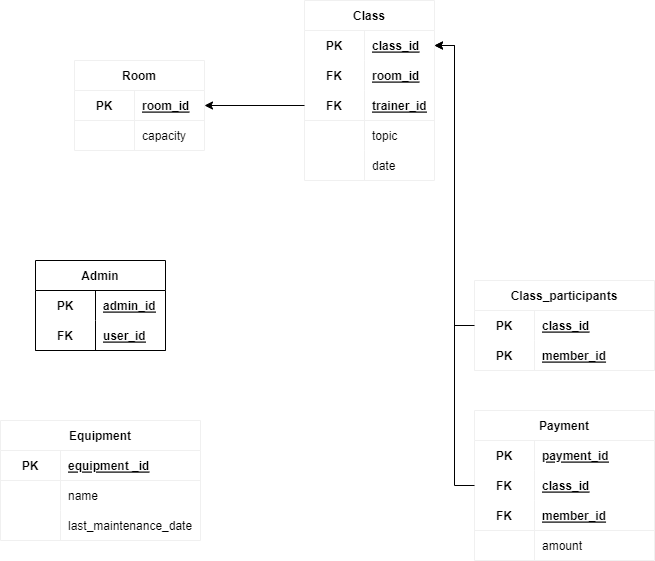
This is diagrams/er-model.png from ArthurAtangana/club-management-system, a draw.io export, as it was before one commit. Source tidied: cells renumbered, new cells last; positions are measured from the earlier drawing's top-left corner, leaving out a move shared by most shapes.
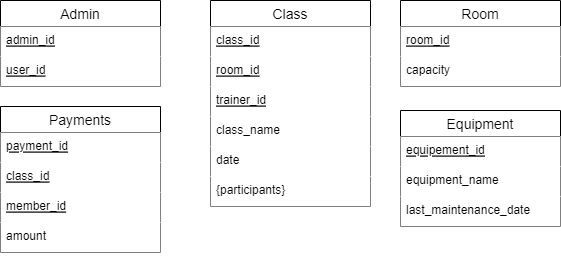
Above is the later version.

Commit message:
fixup! init er-model diagram

Change to the diagram source:
```diff
@@ -2,194 +2,71 @@
   <root>
     <mxCell id="0" />
     <mxCell id="1" parent="0" />
+    <mxCell id="9" value="Room" style="swimlane;fontStyle=0;horizontal=1;startSize=26;align=center;fontSize=14;fillColor=default;" parent="1" vertex="1">
+      <mxGeometry x="500" y="220" width="160" height="86" as="geometry" />
+    </mxCell>
+    <mxCell id="65" value="room_id" style="text;strokeColor=none;fillColor=default;spacingLeft=4;spacingRight=4;overflow=hidden;fontSize=12;fontStyle=4;" parent="9" vertex="1">
+      <mxGeometry y="26" width="160" height="30" as="geometry" />
+    </mxCell>
+    <mxCell id="15" value="capacity" style="text;strokeColor=none;fillColor=default;spacingLeft=4;spacingRight=4;overflow=hidden;fontSize=12;" parent="9" vertex="1">
+      <mxGeometry y="56" width="160" height="30" as="geometry" />
+    </mxCell>
-    <mxCell id="2" value="Admin" style="shape=table;startSize=30;rowLines=0;fontStyle=1;align=center;" parent="1" vertex="1">
-      <mxGeometry x="35" y="260" width="130" height="90" as="geometry" />
+    <mxCell id="2" value="Admin" style="swimlane;fontStyle=0;horizontal=1;startSize=26;align=center;fontSize=14;fillColor=default;" parent="1" vertex="1">
+      <mxGeometry x="100" y="220" width="160" height="86" as="geometry" />
     </mxCell>
-    <mxCell id="3" style="shape=tableRow;horizontal=0;startSize=0;swimlaneHead=0;swimlaneBody=0;fillColor=none;top=0;left=0;right=0;bottom=0;" parent="2" vertex="1">
-      <mxGeometry y="30" width="130" height="30" as="geometry" />
-    </mxCell>
-    <mxCell id="4" value="PK" style="shape=partialRectangle;fillColor=none;top=0;left=0;bottom=0;right=0;fontStyle=1;overflow=hidden;" parent="3" vertex="1">
-      <mxGeometry width="60" height="30" as="geometry" />
-    </mxCell>
-    <mxCell id="5" value="admin_id" style="shape=partialRectangle;fillColor=none;top=0;left=0;bottom=0;right=0;align=left;spacingLeft=6;fontStyle=5;overflow=hidden;" parent="3" vertex="1">
-      <mxGeometry x="60" width="70" height="30" as="geometry" />
+    <mxCell id="5" value="admin_id" style="text;strokeColor=none;fillColor=default;spacingLeft=4;spacingRight=4;overflow=hidden;fontSize=12;fontStyle=4;" parent="2" vertex="1">
+      <mxGeometry y="26" width="160" height="30" as="geometry" />
     </mxCell>
-    <mxCell id="6" style="shape=tableRow;horizontal=0;startSize=0;swimlaneHead=0;swimlaneBody=0;fillColor=none;top=0;left=0;right=0;bottom=1;" parent="2" vertex="1">
-      <mxGeometry y="60" width="130" height="30" as="geometry" />
-    </mxCell>
-    <mxCell id="7" value="FK" style="shape=partialRectangle;fillColor=none;top=0;left=0;bottom=0;right=0;fontStyle=1;overflow=hidden;" parent="6" vertex="1">
-      <mxGeometry width="60" height="30" as="geometry" />
-    </mxCell>
-    <mxCell id="8" value="user_id" style="shape=partialRectangle;fillColor=none;top=0;left=0;bottom=0;right=0;align=left;spacingLeft=6;fontStyle=5;overflow=hidden;" parent="6" vertex="1">
-      <mxGeometry x="60" width="70" height="30" as="geometry" />
+    <mxCell id="8" value="user_id" style="text;strokeColor=none;fillColor=default;spacingLeft=4;spacingRight=4;overflow=hidden;fontSize=12;fontStyle=4;" parent="2" vertex="1">
+      <mxGeometry y="56" width="160" height="30" as="geometry" />
     </mxCell>
-    <mxCell id="9" value="Room" style="shape=table;startSize=30;rowLines=0;fontStyle=1;align=center;strokeColor=#F0F0F0;fillColor=none;" parent="1" vertex="1">
-      <mxGeometry x="74" y="60" width="130" height="90" as="geometry" />
-    </mxCell>
-    <mxCell id="10" style="shape=tableRow;horizontal=0;startSize=0;swimlaneHead=0;swimlaneBody=0;fillColor=none;points=[[0,0.5],[1,0.5]];portConstraint=eastwest;top=0;left=0;right=0;bottom=1;strokeColor=#F0F0F0;" parent="9" vertex="1">
-      <mxGeometry y="30" width="130" height="30" as="geometry" />
-    </mxCell>
-    <mxCell id="11" value="PK" style="shape=partialRectangle;fillColor=none;top=0;left=0;bottom=0;right=0;fontStyle=1;overflow=hidden;strokeColor=#F0F0F0;" parent="10" vertex="1">
-      <mxGeometry width="60" height="30" as="geometry" />
-    </mxCell>
-    <mxCell id="12" value="room_id" style="shape=partialRectangle;fillColor=none;top=0;left=0;bottom=0;right=0;align=left;spacingLeft=6;fontStyle=5;overflow=hidden;strokeColor=#F0F0F0;" parent="10" vertex="1">
-      <mxGeometry x="60" width="70" height="30" as="geometry" />
-    </mxCell>
-    <mxCell id="13" style="shape=tableRow;horizontal=0;startSize=0;swimlaneHead=0;swimlaneBody=0;fillColor=none;top=0;left=0;right=0;bottom=0;strokeColor=#F0F0F0;" parent="9" vertex="1">
-      <mxGeometry y="60" width="130" height="30" as="geometry" />
-    </mxCell>
-    <mxCell id="14" style="shape=partialRectangle;fillColor=none;top=0;left=0;bottom=0;right=0;overflow=hidden;strokeColor=#F0F0F0;" parent="13" vertex="1">
-      <mxGeometry width="60" height="30" as="geometry" />
-    </mxCell>
-    <mxCell id="15" value="capacity" style="shape=partialRectangle;fillColor=none;top=0;left=0;bottom=0;right=0;align=left;spacingLeft=6;overflow=hidden;strokeColor=#F0F0F0;" parent="13" vertex="1">
-      <mxGeometry x="60" width="70" height="30" as="geometry" />
-    </mxCell>
+    <mxCell id="66" value="Payments" style="swimlane;fontStyle=0;horizontal=1;startSize=26;align=center;fontSize=14;fillColor=default;" parent="1" vertex="1">
+      <mxGeometry x="100" y="326" width="160" height="146" as="geometry" />
+    </mxCell>
+    <mxCell id="54" value="payment_id" style="text;strokeColor=none;fillColor=default;spacingLeft=4;spacingRight=4;overflow=hidden;fontSize=12;fontStyle=4;" parent="66" vertex="1">
+      <mxGeometry y="26" width="160" height="30" as="geometry" />
+    </mxCell>
+    <mxCell id="67" value="class_id" style="text;strokeColor=none;fillColor=default;spacingLeft=4;spacingRight=4;overflow=hidden;fontSize=12;fontStyle=4;" parent="66" vertex="1">
+      <mxGeometry y="56" width="160" height="30" as="geometry" />
+    </mxCell>
+    <mxCell id="68" value="member_id" style="text;strokeColor=none;fillColor=default;spacingLeft=4;spacingRight=4;overflow=hidden;fontSize=12;fontStyle=4;" parent="66" vertex="1">
+      <mxGeometry y="86" width="160" height="30" as="geometry" />
+    </mxCell>
+    <mxCell id="63" value="amount" style="text;strokeColor=none;fillColor=default;spacingLeft=4;spacingRight=4;overflow=hidden;fontSize=12;" parent="66" vertex="1">
+      <mxGeometry y="116" width="160" height="30" as="geometry" />
+    </mxCell>
+    <mxCell id="26" value="Class" style="swimlane;fontStyle=0;horizontal=1;startSize=26;align=center;fontSize=14;fillColor=default;" parent="1" vertex="1">
+      <mxGeometry x="310" y="220" width="160" height="206" as="geometry" />
+    </mxCell>
+    <mxCell id="69" value="class_id" style="text;strokeColor=none;fillColor=default;spacingLeft=4;spacingRight=4;overflow=hidden;fontSize=12;fontStyle=4;" parent="26" vertex="1">
+      <mxGeometry y="26" width="160" height="30" as="geometry" />
+    </mxCell>
+    <mxCell id="70" value="room_id" style="text;strokeColor=none;fillColor=default;spacingLeft=4;spacingRight=4;overflow=hidden;fontSize=12;fontStyle=4;" parent="26" vertex="1">
+      <mxGeometry y="56" width="160" height="30" as="geometry" />
+    </mxCell>
+    <mxCell id="35" value="trainer_id" style="text;strokeColor=none;fillColor=default;spacingLeft=4;spacingRight=4;overflow=hidden;fontSize=12;fontStyle=4;" parent="26" vertex="1">
+      <mxGeometry y="86" width="160" height="30" as="geometry" />
+    </mxCell>
+    <mxCell id="71" value="class_name" style="text;strokeColor=none;fillColor=default;spacingLeft=4;spacingRight=4;overflow=hidden;fontSize=12;" parent="26" vertex="1">
+      <mxGeometry y="116" width="160" height="30" as="geometry" />
+    </mxCell>
+    <mxCell id="41" value="date" style="text;strokeColor=none;fillColor=default;spacingLeft=4;spacingRight=4;overflow=hidden;fontSize=12;" parent="26" vertex="1">
+      <mxGeometry y="146" width="160" height="30" as="geometry" />
+    </mxCell>
+    <mxCell id="72" value="{participants}" style="text;strokeColor=none;fillColor=default;spacingLeft=4;spacingRight=4;overflow=hidden;fontSize=12;" parent="26" vertex="1">
+      <mxGeometry y="176" width="160" height="30" as="geometry" />
+    </mxCell>
-    <mxCell id="16" value="Equipment" style="shape=table;startSize=30;rowLines=0;fontStyle=1;align=center;strokeColor=#F0F0F0;fillColor=none;" parent="1" vertex="1">
-      <mxGeometry y="420" width="200" height="120" as="geometry" />
+    <mxCell id="16" value="Equipment" style="swimlane;fontStyle=0;horizontal=1;startSize=26;align=center;fontSize=14;fillColor=default;" parent="1" vertex="1">
+      <mxGeometry x="500" y="330" width="160" height="116" as="geometry" />
     </mxCell>
-    <mxCell id="17" style="shape=tableRow;horizontal=0;startSize=0;swimlaneHead=0;swimlaneBody=0;fillColor=none;top=0;left=0;right=0;bottom=1;strokeColor=#F0F0F0;" parent="16" vertex="1">
-      <mxGeometry y="30" width="200" height="30" as="geometry" />
-    </mxCell>
-    <mxCell id="18" value="PK" style="shape=partialRectangle;fillColor=none;top=0;left=0;bottom=0;right=0;fontStyle=1;overflow=hidden;strokeColor=#F0F0F0;" parent="17" vertex="1">
-      <mxGeometry width="60" height="30" as="geometry" />
-    </mxCell>
-    <mxCell id="19" value="equipment _id" style="shape=partialRectangle;fillColor=none;top=0;left=0;bottom=0;right=0;align=left;spacingLeft=6;fontStyle=5;overflow=hidden;strokeColor=#F0F0F0;" parent="17" vertex="1">
-      <mxGeometry x="60" width="140" height="30" as="geometry" />
-    </mxCell>
-    <mxCell id="20" style="shape=tableRow;horizontal=0;startSize=0;swimlaneHead=0;swimlaneBody=0;fillColor=none;top=0;left=0;right=0;bottom=0;strokeColor=#F0F0F0;" parent="16" vertex="1">
-      <mxGeometry y="60" width="200" height="30" as="geometry" />
-    </mxCell>
-    <mxCell id="21" style="shape=partialRectangle;fillColor=none;top=0;left=0;bottom=0;right=0;overflow=hidden;strokeColor=#F0F0F0;" parent="20" vertex="1">
-      <mxGeometry width="60" height="30" as="geometry" />
-    </mxCell>
-    <mxCell id="22" value="name" style="shape=partialRectangle;fillColor=none;top=0;left=0;bottom=0;right=0;align=left;spacingLeft=6;overflow=hidden;strokeColor=#F0F0F0;" parent="20" vertex="1">
-      <mxGeometry x="60" width="140" height="30" as="geometry" />
-    </mxCell>
-    <mxCell id="23" style="shape=tableRow;horizontal=0;startSize=0;swimlaneHead=0;swimlaneBody=0;fillColor=none;top=0;left=0;right=0;bottom=0;strokeColor=#F0F0F0;" parent="16" vertex="1">
-      <mxGeometry y="90" width="200" height="30" as="geometry" />
-    </mxCell>
-    <mxCell id="24" style="shape=partialRectangle;fillColor=none;top=0;left=0;bottom=0;right=0;overflow=hidden;strokeColor=#F0F0F0;" parent="23" vertex="1">
-      <mxGeometry width="60" height="30" as="geometry" />
-    </mxCell>
+    <mxCell id="73" value="equipement_id" style="text;strokeColor=none;fillColor=default;spacingLeft=4;spacingRight=4;overflow=hidden;fontSize=12;fontStyle=4;" parent="16" vertex="1">
+      <mxGeometry y="26" width="160" height="30" as="geometry" />
+    </mxCell>
+    <mxCell id="74" value="equipment_name" style="text;strokeColor=none;fillColor=default;spacingLeft=4;spacingRight=4;overflow=hidden;fontSize=12;" parent="16" vertex="1">
+      <mxGeometry y="56" width="160" height="30" as="geometry" />
+    </mxCell>
-    <mxCell id="25" value="last_maintenance_date" style="shape=partialRectangle;fillColor=none;top=0;left=0;bottom=0;right=0;align=left;spacingLeft=6;overflow=hidden;strokeColor=#F0F0F0;" parent="23" vertex="1">
-      <mxGeometry x="60" width="140" height="30" as="geometry" />
+    <mxCell id="25" value="last_maintenance_date" style="text;strokeColor=none;fillColor=default;spacingLeft=4;spacingRight=4;overflow=hidden;fontSize=12;" parent="16" vertex="1">
+      <mxGeometry y="86" width="160" height="30" as="geometry" />
     </mxCell>
-    <mxCell id="26" value="Class" style="shape=table;startSize=30;rowLines=0;fontStyle=1;align=center;strokeColor=#F0F0F0;fillColor=none;" parent="1" vertex="1">
-      <mxGeometry x="304" width="130" height="180" as="geometry" />
-    </mxCell>
-    <mxCell id="27" style="shape=tableRow;horizontal=0;startSize=0;swimlaneHead=0;swimlaneBody=0;fillColor=none;points=[[0,0.5],[1,0.5]];portConstraint=eastwest;top=0;left=0;right=0;bottom=0;strokeColor=#F0F0F0;" parent="26" vertex="1">
-      <mxGeometry y="30" width="130" height="30" as="geometry" />
-    </mxCell>
-    <mxCell id="28" value="PK" style="shape=partialRectangle;fillColor=none;top=0;left=0;bottom=0;right=0;fontStyle=1;overflow=hidden;strokeColor=#F0F0F0;" parent="27" vertex="1">
-      <mxGeometry width="60" height="30" as="geometry" />
-    </mxCell>
-    <mxCell id="29" value="class_id" style="shape=partialRectangle;fillColor=none;top=0;left=0;bottom=0;right=0;align=left;spacingLeft=6;fontStyle=5;overflow=hidden;strokeColor=#F0F0F0;" parent="27" vertex="1">
-      <mxGeometry x="60" width="70" height="30" as="geometry" />
-    </mxCell>
-    <mxCell id="30" style="shape=tableRow;horizontal=0;startSize=0;swimlaneHead=0;swimlaneBody=0;fillColor=none;top=0;left=0;right=0;bottom=0;strokeColor=#F0F0F0;" parent="26" vertex="1">
-      <mxGeometry y="60" width="130" height="30" as="geometry" />
-    </mxCell>
-    <mxCell id="31" value="FK" style="shape=partialRectangle;fillColor=none;top=0;left=0;bottom=0;right=0;fontStyle=1;overflow=hidden;strokeColor=#F0F0F0;" parent="30" vertex="1">
-      <mxGeometry width="60" height="30" as="geometry" />
-    </mxCell>
-    <mxCell id="32" value="room_id" style="shape=partialRectangle;fillColor=none;top=0;left=0;bottom=0;right=0;align=left;spacingLeft=6;fontStyle=5;overflow=hidden;strokeColor=#F0F0F0;" parent="30" vertex="1">
-      <mxGeometry x="60" width="70" height="30" as="geometry" />
-    </mxCell>
-    <mxCell id="33" style="shape=tableRow;horizontal=0;startSize=0;swimlaneHead=0;swimlaneBody=0;fillColor=none;points=[[0,0.5],[1,0.5]];portConstraint=eastwest;top=0;left=0;right=0;bottom=1;strokeColor=#F0F0F0;" parent="26" vertex="1">
-      <mxGeometry y="90" width="130" height="30" as="geometry" />
-    </mxCell>
-    <mxCell id="34" value="FK" style="shape=partialRectangle;fillColor=none;top=0;left=0;bottom=0;right=0;fontStyle=1;overflow=hidden;strokeColor=#F0F0F0;" parent="33" vertex="1">
-      <mxGeometry width="60" height="30" as="geometry" />
-    </mxCell>
-    <mxCell id="35" value="trainer_id" style="shape=partialRectangle;fillColor=none;top=0;left=0;bottom=0;right=0;align=left;spacingLeft=6;fontStyle=5;overflow=hidden;strokeColor=#F0F0F0;" parent="33" vertex="1">
-      <mxGeometry x="60" width="70" height="30" as="geometry" />
-    </mxCell>
-    <mxCell id="36" style="shape=tableRow;horizontal=0;startSize=0;swimlaneHead=0;swimlaneBody=0;fillColor=none;top=0;left=0;right=0;bottom=0;strokeColor=#F0F0F0;" parent="26" vertex="1">
-      <mxGeometry y="120" width="130" height="30" as="geometry" />
-    </mxCell>
-    <mxCell id="37" style="shape=partialRectangle;fillColor=none;top=0;left=0;bottom=0;right=0;overflow=hidden;strokeColor=#F0F0F0;" parent="36" vertex="1">
-      <mxGeometry width="60" height="30" as="geometry" />
-    </mxCell>
-    <mxCell id="38" value="topic" style="shape=partialRectangle;fillColor=none;top=0;left=0;bottom=0;right=0;align=left;spacingLeft=6;overflow=hidden;strokeColor=#F0F0F0;" parent="36" vertex="1">
-      <mxGeometry x="60" width="70" height="30" as="geometry" />
-    </mxCell>
-    <mxCell id="39" style="shape=tableRow;horizontal=0;startSize=0;swimlaneHead=0;swimlaneBody=0;fillColor=none;top=0;left=0;right=0;bottom=0;strokeColor=#F0F0F0;" parent="26" vertex="1">
-      <mxGeometry y="150" width="130" height="30" as="geometry" />
-    </mxCell>
-    <mxCell id="40" style="shape=partialRectangle;fillColor=none;top=0;left=0;bottom=0;right=0;overflow=hidden;strokeColor=#F0F0F0;" parent="39" vertex="1">
-      <mxGeometry width="60" height="30" as="geometry" />
-    </mxCell>
-    <mxCell id="41" value="date" style="shape=partialRectangle;fillColor=none;top=0;left=0;bottom=0;right=0;align=left;spacingLeft=6;overflow=hidden;strokeColor=#F0F0F0;" parent="39" vertex="1">
-      <mxGeometry x="60" width="70" height="30" as="geometry" />
-    </mxCell>
-    <mxCell id="42" style="edgeStyle=orthogonalEdgeStyle;rounded=0;jettySize=auto;html=1;entryX=1;entryY=0.5;entryDx=0;entryDy=0;" parent="1" edge="1" source="33" target="10">
-      <mxGeometry relative="1" as="geometry" />
-    </mxCell>
-    <mxCell id="43" value="Class_participants" style="shape=table;startSize=30;rowLines=0;fontStyle=1;align=center;strokeColor=#F0F0F0;fillColor=none;" parent="1" vertex="1">
-      <mxGeometry x="474" y="280" width="180" height="90" as="geometry" />
-    </mxCell>
-    <mxCell id="44" style="shape=tableRow;horizontal=0;startSize=0;swimlaneHead=0;swimlaneBody=0;fillColor=none;points=[[0,0.5],[1,0.5]];portConstraint=eastwest;top=0;left=0;right=0;bottom=0;strokeColor=#F0F0F0;" parent="43" vertex="1">
-      <mxGeometry y="30" width="180" height="30" as="geometry" />
-    </mxCell>
-    <mxCell id="45" value="PK" style="shape=partialRectangle;fillColor=none;top=0;left=0;bottom=0;right=0;fontStyle=1;overflow=hidden;strokeColor=#F0F0F0;" parent="44" vertex="1">
-      <mxGeometry width="60" height="30" as="geometry" />
-    </mxCell>
-    <mxCell id="46" value="class_id" style="shape=partialRectangle;fillColor=none;top=0;left=0;bottom=0;right=0;align=left;spacingLeft=6;fontStyle=5;overflow=hidden;strokeColor=#F0F0F0;" parent="44" vertex="1">
-      <mxGeometry x="60" width="120" height="30" as="geometry" />
-    </mxCell>
-    <mxCell id="47" style="shape=tableRow;horizontal=0;startSize=0;swimlaneHead=0;swimlaneBody=0;fillColor=none;top=0;left=0;right=0;bottom=1;strokeColor=#F0F0F0;" parent="43" vertex="1">
-      <mxGeometry y="60" width="180" height="30" as="geometry" />
-    </mxCell>
-    <mxCell id="48" value="PK" style="shape=partialRectangle;fillColor=none;top=0;left=0;bottom=0;right=0;fontStyle=1;overflow=hidden;strokeColor=#F0F0F0;" parent="47" vertex="1">
-      <mxGeometry width="60" height="30" as="geometry" />
-    </mxCell>
-    <mxCell id="49" value="member_id" style="shape=partialRectangle;fillColor=none;top=0;left=0;bottom=0;right=0;align=left;spacingLeft=6;fontStyle=5;overflow=hidden;strokeColor=#F0F0F0;" parent="47" vertex="1">
-      <mxGeometry x="60" width="120" height="30" as="geometry" />
-    </mxCell>
-    <mxCell id="50" style="edgeStyle=orthogonalEdgeStyle;rounded=0;jettySize=auto;html=1;entryX=1;entryY=0.5;entryDx=0;entryDy=0;" parent="1" edge="1" source="44" target="27">
-      <mxGeometry relative="1" as="geometry" />
-    </mxCell>
-    <mxCell id="51" value="Payment" style="shape=table;startSize=30;rowLines=0;fontStyle=1;align=center;strokeColor=#F0F0F0;fillColor=none;" parent="1" vertex="1">
-      <mxGeometry x="474" y="410" width="180" height="150" as="geometry" />
-    </mxCell>
-    <mxCell id="52" style="shape=tableRow;horizontal=0;startSize=0;swimlaneHead=0;swimlaneBody=0;fillColor=none;top=0;left=0;right=0;bottom=0;strokeColor=#F0F0F0;" parent="51" vertex="1">
-      <mxGeometry y="30" width="180" height="30" as="geometry" />
-    </mxCell>
-    <mxCell id="53" value="PK" style="shape=partialRectangle;fillColor=none;top=0;left=0;bottom=0;right=0;fontStyle=1;overflow=hidden;strokeColor=#F0F0F0;" parent="52" vertex="1">
-      <mxGeometry width="60" height="30" as="geometry" />
-    </mxCell>
-    <mxCell id="54" value="payment_id" style="shape=partialRectangle;fillColor=none;top=0;left=0;bottom=0;right=0;align=left;spacingLeft=6;fontStyle=5;overflow=hidden;strokeColor=#F0F0F0;" parent="52" vertex="1">
-      <mxGeometry x="60" width="120" height="30" as="geometry" />
-    </mxCell>
-    <mxCell id="55" style="shape=tableRow;horizontal=0;startSize=0;swimlaneHead=0;swimlaneBody=0;fillColor=none;points=[[0,0.5],[1,0.5]];portConstraint=eastwest;top=0;left=0;right=0;bottom=0;strokeColor=#F0F0F0;" parent="51" vertex="1">
-      <mxGeometry y="60" width="180" height="30" as="geometry" />
-    </mxCell>
-    <mxCell id="56" value="FK" style="shape=partialRectangle;fillColor=none;top=0;left=0;bottom=0;right=0;fontStyle=1;overflow=hidden;strokeColor=#F0F0F0;" parent="55" vertex="1">
-      <mxGeometry width="60" height="30" as="geometry" />
-    </mxCell>
-    <mxCell id="57" value="class_id" style="shape=partialRectangle;fillColor=none;top=0;left=0;bottom=0;right=0;align=left;spacingLeft=6;fontStyle=5;overflow=hidden;strokeColor=#F0F0F0;" parent="55" vertex="1">
-      <mxGeometry x="60" width="120" height="30" as="geometry" />
-    </mxCell>
-    <mxCell id="58" style="shape=tableRow;horizontal=0;startSize=0;swimlaneHead=0;swimlaneBody=0;fillColor=none;top=0;left=0;right=0;bottom=1;strokeColor=#F0F0F0;" parent="51" vertex="1">
-      <mxGeometry y="90" width="180" height="30" as="geometry" />
-    </mxCell>
-    <mxCell id="59" value="FK" style="shape=partialRectangle;fillColor=none;top=0;left=0;bottom=0;right=0;fontStyle=1;overflow=hidden;strokeColor=#F0F0F0;" parent="58" vertex="1">
-      <mxGeometry width="60" height="30" as="geometry" />
-    </mxCell>
-    <mxCell id="60" value="member_id" style="shape=partialRectangle;fillColor=none;top=0;left=0;bottom=0;right=0;align=left;spacingLeft=6;fontStyle=5;overflow=hidden;strokeColor=#F0F0F0;" parent="58" vertex="1">
-      <mxGeometry x="60" width="120" height="30" as="geometry" />
-    </mxCell>
-    <mxCell id="61" style="shape=tableRow;horizontal=0;startSize=0;swimlaneHead=0;swimlaneBody=0;fillColor=none;top=0;left=0;right=0;bottom=0;strokeColor=#F0F0F0;" parent="51" vertex="1">
-      <mxGeometry y="120" width="180" height="30" as="geometry" />
-    </mxCell>
-    <mxCell id="62" style="shape=partialRectangle;fillColor=none;top=0;left=0;bottom=0;right=0;overflow=hidden;strokeColor=#F0F0F0;" parent="61" vertex="1">
-      <mxGeometry width="60" height="30" as="geometry" />
-    </mxCell>
-    <mxCell id="63" value="amount" style="shape=partialRectangle;fillColor=none;top=0;left=0;bottom=0;right=0;align=left;spacingLeft=6;overflow=hidden;strokeColor=#F0F0F0;" parent="61" vertex="1">
-      <mxGeometry x="60" width="120" height="30" as="geometry" />
-    </mxCell>
-    <mxCell id="64" style="edgeStyle=orthogonalEdgeStyle;rounded=0;jettySize=auto;html=1;entryX=1;entryY=0.5;entryDx=0;entryDy=0;exitX=0;exitY=0.5;exitDx=0;exitDy=0;" parent="1" edge="1" source="55" target="27">
-      <mxGeometry relative="1" as="geometry" />
-    </mxCell>
   </root>
 </mxGraphModel>
```
